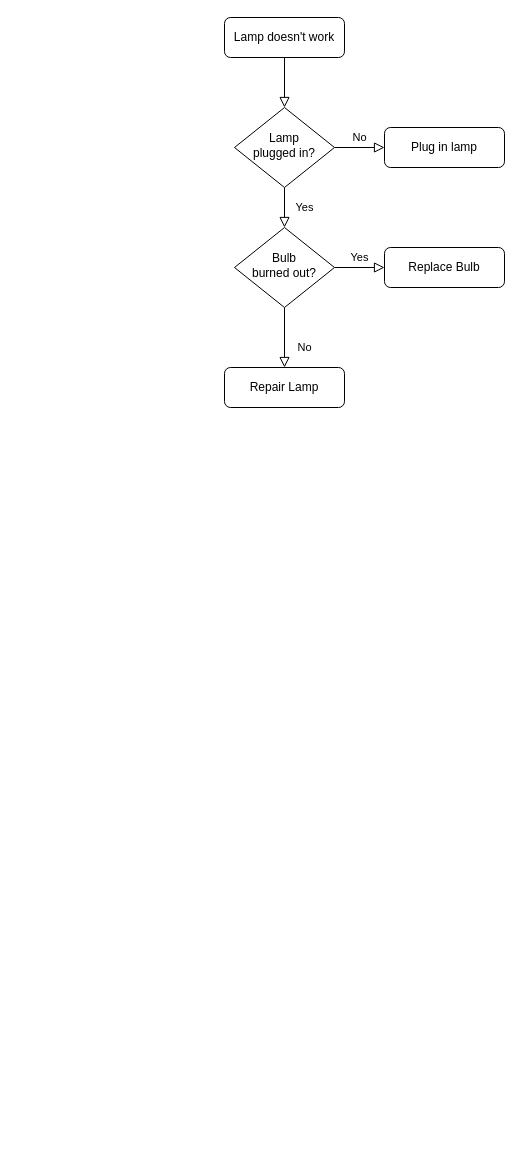
The draw.io diagram 状态机流程.drawio in AQii77/drawio_SAVE, before the edit. Source tidied: cells renumbered, new cells numbered last; positions are measured from the earlier drawing's top-left corner, leaving out a move shared by most shapes. Both pictures are drawn from the tidied source at 100%, with x=0, y=0 at pixel (224, 17).
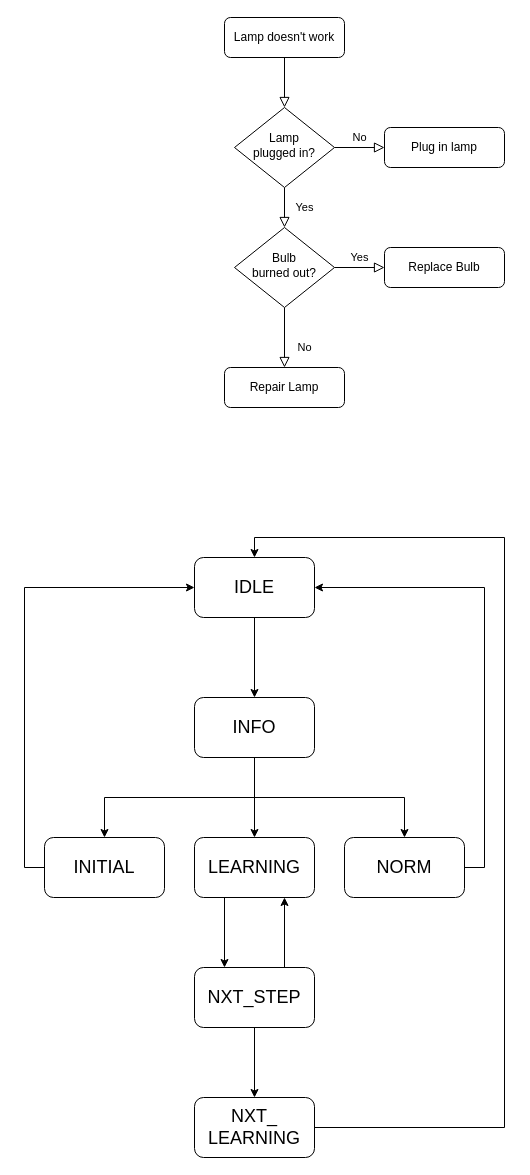
After the change.

Commit message:
更新状态机流程.drawio

The edit, as a diff of the source:
```diff
@@
+    <mxCell id="13" style="edgeStyle=orthogonalEdgeStyle;rounded=0;jettySize=auto;html=1;" parent="1" edge="1" source="14" target="16">
+      <mxGeometry relative="1" as="geometry" />
+    </mxCell>
+    <mxCell id="14" value="&lt;font style=&quot;font-size: 18px;&quot;&gt;IDLE&lt;/font&gt;" style="rounded=1;whiteSpace=wrap;html=1;" parent="1" vertex="1">
+      <mxGeometry x="-30" y="540" width="120" height="60" as="geometry" />
+    </mxCell>
+    <mxCell id="15" style="edgeStyle=orthogonalEdgeStyle;rounded=0;jettySize=auto;html=1;" parent="1" edge="1" source="16" target="18">
+      <mxGeometry relative="1" as="geometry" />
+    </mxCell>
+    <mxCell id="16" value="&lt;font style=&quot;font-size: 18px;&quot;&gt;INFO&lt;/font&gt;" style="rounded=1;whiteSpace=wrap;html=1;" parent="1" vertex="1">
+      <mxGeometry x="-30" y="680" width="120" height="60" as="geometry" />
+    </mxCell>
+    <mxCell id="17" style="edgeStyle=orthogonalEdgeStyle;rounded=0;jettySize=auto;html=1;" parent="1" edge="1" target="21">
+      <mxGeometry relative="1" as="geometry">
+        <mxPoint x="30" y="780" as="sourcePoint" />
+        <Array as="points">
+          <mxPoint x="180" y="780" />
+        </Array>
+      </mxGeometry>
+    </mxCell>
+    <mxCell id="18" value="&lt;font style=&quot;font-size: 18px;&quot;&gt;LEARNING&lt;/font&gt;" style="rounded=1;whiteSpace=wrap;html=1;" parent="1" vertex="1">
+      <mxGeometry x="-30" y="820" width="120" height="60" as="geometry" />
+    </mxCell>
+    <mxCell id="19" style="edgeStyle=orthogonalEdgeStyle;rounded=0;jettySize=auto;html=1;exitX=0.5;exitY=1;exitDx=0;exitDy=0;" parent="1" edge="1" source="18" target="24">
+      <mxGeometry relative="1" as="geometry">
+        <Array as="points">
+          <mxPoint y="880" />
+        </Array>
+      </mxGeometry>
+    </mxCell>
+    <mxCell id="20" style="edgeStyle=orthogonalEdgeStyle;rounded=0;jettySize=auto;html=1;exitX=1;exitY=0.5;exitDx=0;exitDy=0;entryX=1;entryY=0.5;entryDx=0;entryDy=0;" parent="1" edge="1" source="21" target="14">
+      <mxGeometry relative="1" as="geometry" />
+    </mxCell>
+    <mxCell id="21" value="&lt;span style=&quot;font-size: 18px;&quot;&gt;NORM&lt;/span&gt;" style="whiteSpace=wrap;html=1;rounded=1;" parent="1" vertex="1">
+      <mxGeometry x="120" y="820" width="120" height="60" as="geometry" />
+    </mxCell>
+    <mxCell id="22" style="edgeStyle=orthogonalEdgeStyle;rounded=0;jettySize=auto;html=1;" parent="1" edge="1" source="24" target="27">
+      <mxGeometry relative="1" as="geometry" />
+    </mxCell>
+    <mxCell id="23" style="edgeStyle=orthogonalEdgeStyle;rounded=0;jettySize=auto;html=1;exitX=0.75;exitY=0;exitDx=0;exitDy=0;entryX=0.75;entryY=1;entryDx=0;entryDy=0;" parent="1" edge="1" source="24" target="18">
+      <mxGeometry relative="1" as="geometry" />
+    </mxCell>
+    <mxCell id="24" value="&lt;span style=&quot;font-size: 18px;&quot;&gt;NXT_STEP&lt;/span&gt;" style="whiteSpace=wrap;html=1;rounded=1;" parent="1" vertex="1">
+      <mxGeometry x="-30" y="950" width="120" height="60" as="geometry" />
+    </mxCell>
+    <mxCell id="25" style="edgeStyle=orthogonalEdgeStyle;rounded=0;jettySize=auto;html=1;exitX=0.5;exitY=1;exitDx=0;exitDy=0;" parent="1" edge="1" source="16" target="29">
+      <mxGeometry relative="1" as="geometry" />
+    </mxCell>
+    <mxCell id="26" style="edgeStyle=orthogonalEdgeStyle;rounded=0;jettySize=auto;html=1;exitX=1;exitY=0.5;exitDx=0;exitDy=0;entryX=0.5;entryY=0;entryDx=0;entryDy=0;" parent="1" edge="1" source="27" target="14">
+      <mxGeometry relative="1" as="geometry">
+        <Array as="points">
+          <mxPoint x="280" y="1110" />
+          <mxPoint x="280" y="520" />
+          <mxPoint x="30" y="520" />
+        </Array>
+      </mxGeometry>
+    </mxCell>
+    <mxCell id="27" value="&lt;span style=&quot;font-size: 18px;&quot;&gt;NXT_&lt;br&gt;LEARNING&lt;/span&gt;" style="whiteSpace=wrap;html=1;rounded=1;" parent="1" vertex="1">
+      <mxGeometry x="-30" y="1080" width="120" height="60" as="geometry" />
+    </mxCell>
+    <mxCell id="28" style="edgeStyle=orthogonalEdgeStyle;rounded=0;jettySize=auto;html=1;exitX=0;exitY=0.5;exitDx=0;exitDy=0;entryX=0;entryY=0.5;entryDx=0;entryDy=0;" parent="1" edge="1" source="29" target="14">
+      <mxGeometry relative="1" as="geometry" />
+    </mxCell>
+    <mxCell id="29" value="&lt;span style=&quot;font-size: 18px;&quot;&gt;INITIAL&lt;/span&gt;" style="whiteSpace=wrap;html=1;rounded=1;" parent="1" vertex="1">
+      <mxGeometry x="-180" y="820" width="120" height="60" as="geometry" />
+    </mxCell>
```
